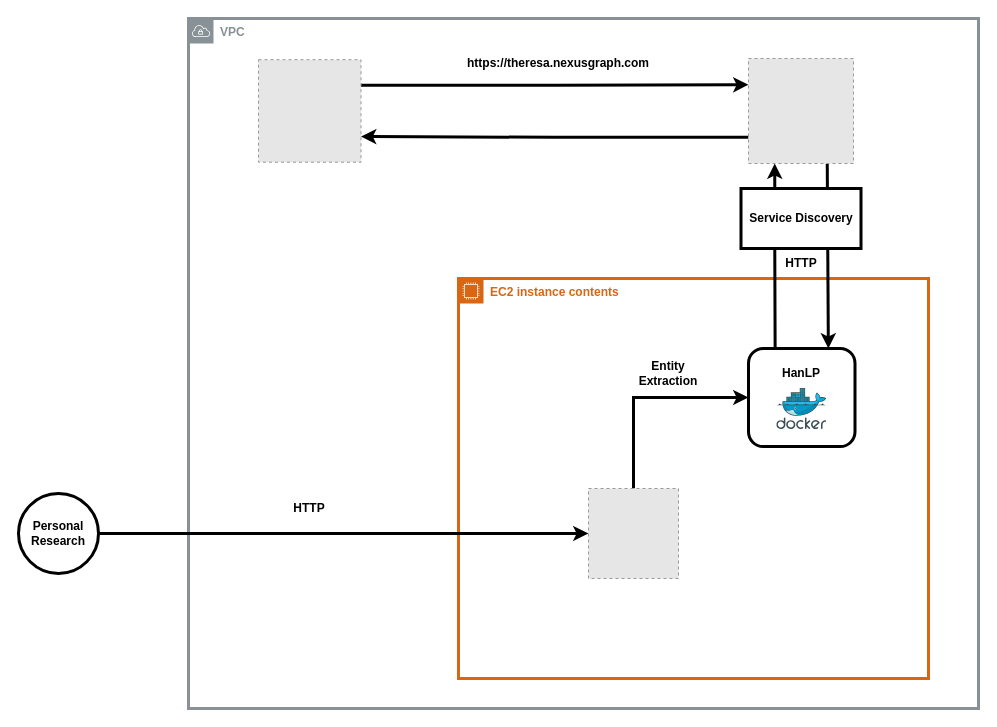
QubitPi/tiger keeps this draw.io diagram as docs/component-diagram.drawio. Above is the earlier version. Source tidied: cells renumbered, new cells numbered last; positions are measured from the earlier drawing's top-left corner, leaving out a move shared by most shapes. Both pictures are drawn from the tidied source at 100%, with x=0, y=0 at pixel (18, 18). Pictures stored in the file or linked from it are replaced by grey dashed boxes.
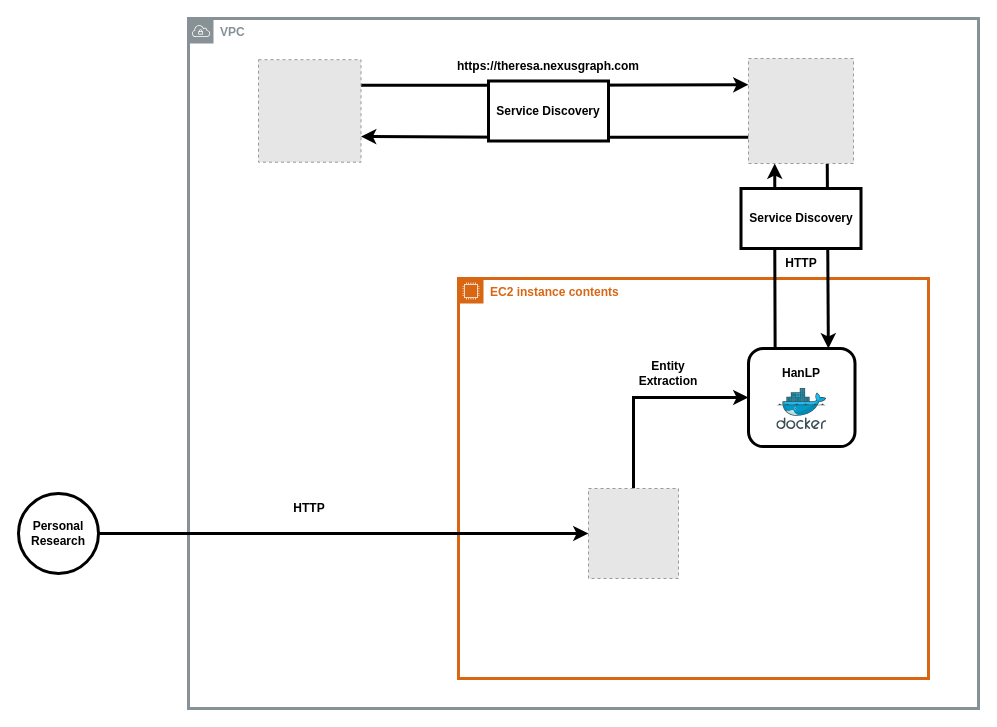
The same page after the edit.

Commit message (it also covers changes not shown here):
Self-review

The edit, as a diff of the source:
```diff
@@
     <mxCell id="13" value="https://theresa.nexusgraph.com" style="text;html=1;strokeColor=none;fillColor=none;align=center;verticalAlign=middle;whiteSpace=wrap;rounded=0;fontFamily=Ubuntu;fontStyle=1;" parent="1" vertex="1">
-      <mxGeometry x="510" y="30" width="60" height="30" as="geometry" />
+      <mxGeometry x="500" y="32.5" width="60" height="30" as="geometry" />
     </mxCell>
@@
+    <mxCell id="22" value="&lt;font face=&quot;Ubuntu&quot;&gt;&lt;b&gt;Service Discovery&lt;/b&gt;&lt;/font&gt;" style="rounded=0;whiteSpace=wrap;html=1;strokeWidth=3;" parent="1" vertex="1">
+      <mxGeometry x="470" y="62.5" width="120" height="60" as="geometry" />
+    </mxCell>
```
